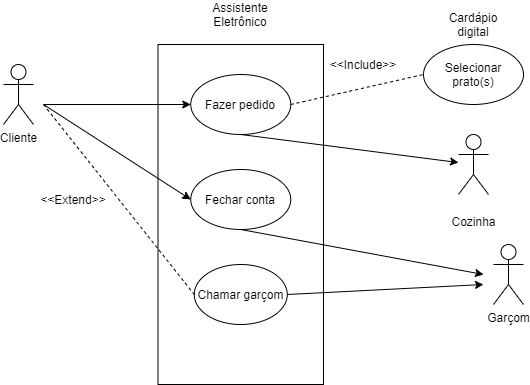
hinname/project-Restaurant keeps this draw.io diagram as AssitenteEletronico.drawio.png. Above is the earlier version. Source tidied: cells renumbered, new cells last; positions are measured from the earlier drawing's top-left corner, leaving out a move shared by most shapes.
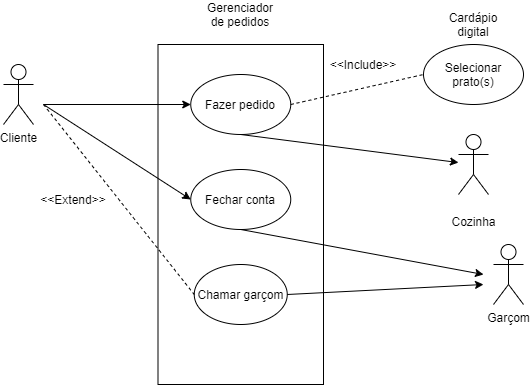
After the change.

Change to the diagram source:
```diff
@@ -8,7 +8,7 @@
     <mxCell id="3" value="Cliente" style="shape=umlActor;verticalLabelPosition=bottom;verticalAlign=top;html=1;" parent="1" vertex="1">
       <mxGeometry y="60" width="30" height="60" as="geometry" />
     </mxCell>
-    <mxCell id="4" value="Assistente Eletrônico" style="text;html=1;strokeColor=none;fillColor=none;align=center;verticalAlign=middle;whiteSpace=wrap;rounded=0;" parent="1" vertex="1">
+    <mxCell id="4" value="Gerenciador de pedidos" style="text;html=1;strokeColor=none;fillColor=none;align=center;verticalAlign=middle;whiteSpace=wrap;rounded=0;" parent="1" vertex="1">
       <mxGeometry x="217.2" width="40" height="20" as="geometry" />
     </mxCell>
     <mxCell id="5" value="Garçom" style="shape=umlActor;verticalLabelPosition=bottom;verticalAlign=top;html=1;" parent="1" vertex="1">
```
